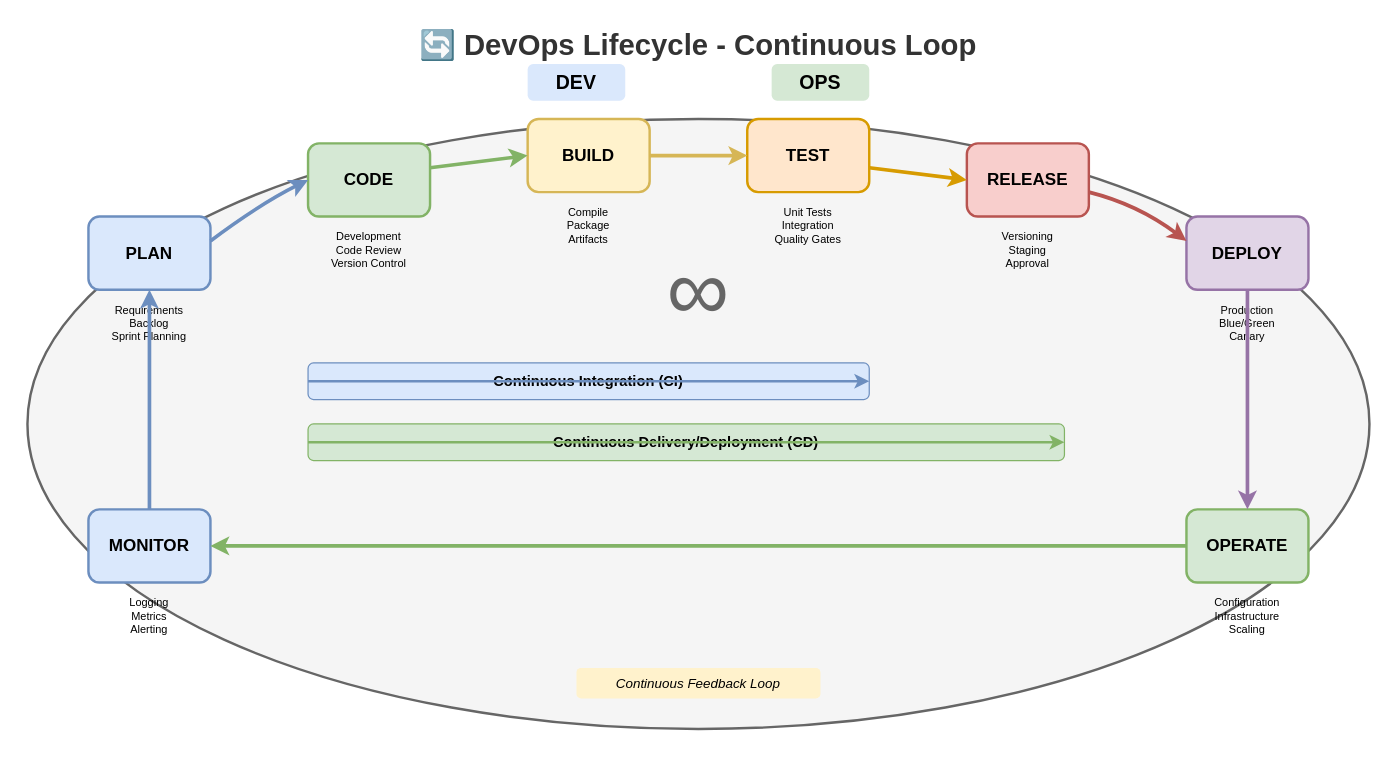
Earlier version of the draw.io diagram lesson-05-devops-platform-engineering/01-devops-fundamentals/1.1-devops-lifecycle.drawio (MrParkerZ7/document-lesson-software-architect-x-claude). Source tidied: cells renumbered, new cells numbered last; positions are measured from the earlier drawing's top-left corner, leaving out a move shared by most shapes. Both pictures are drawn from the tidied source at 122%, with x=0, y=0 at pixel (27, 21).
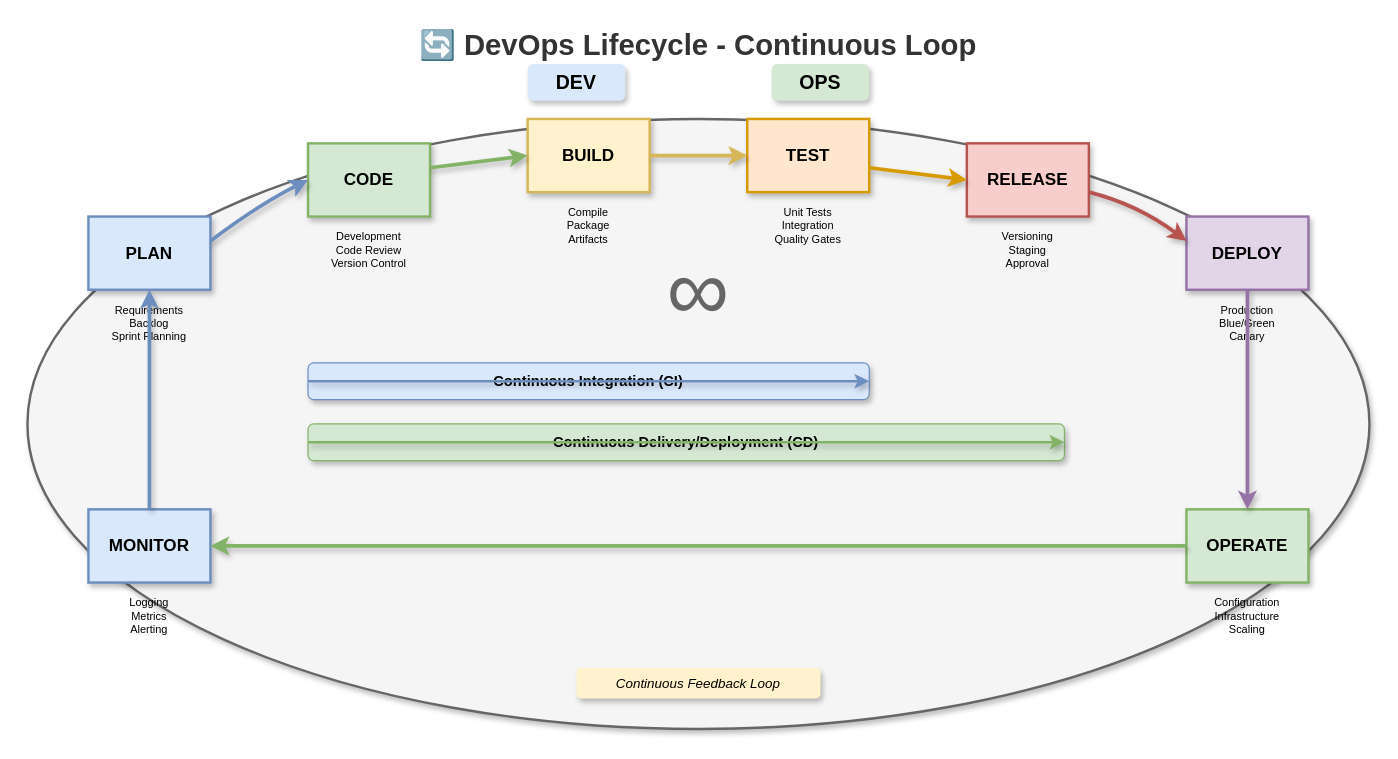
Above is the later version.

What changed in the source:
```diff
@@
-    <mxCell id="3" style="ellipse;whiteSpace=wrap;html=1;fillColor=#f5f5f5;strokeColor=#666666;strokeWidth=2;" parent="1" vertex="1">
+    <mxCell id="3" style="ellipse;whiteSpace=wrap;html=1;fillColor=#f5f5f5;strokeColor=#666666;strokeWidth=2;shadow=1;" parent="1" vertex="1">
       <mxGeometry y="80" width="1100" height="500" as="geometry" />
     </mxCell>
-    <mxCell id="4" value="PLAN" style="rounded=1;whiteSpace=wrap;html=1;fillColor=#dae8fc;strokeColor=#6c8ebf;strokeWidth=2;fontSize=14;fontStyle=1;" parent="1" vertex="1">
+    <mxCell id="4" value="PLAN" style="rounded=0;whiteSpace=wrap;html=1;fillColor=#dae8fc;strokeColor=#6c8ebf;strokeWidth=2;fontSize=14;fontStyle=1;shadow=1;" parent="1" vertex="1">
       <mxGeometry x="50" y="160" width="100" height="60" as="geometry" />
     </mxCell>
@@
-    <mxCell id="6" value="CODE" style="rounded=1;whiteSpace=wrap;html=1;fillColor=#d5e8d4;strokeColor=#82b366;strokeWidth=2;fontSize=14;fontStyle=1;" parent="1" vertex="1">
+    <mxCell id="6" value="CODE" style="rounded=0;whiteSpace=wrap;html=1;fillColor=#d5e8d4;strokeColor=#82b366;strokeWidth=2;fontSize=14;fontStyle=1;shadow=1;" parent="1" vertex="1">
       <mxGeometry x="230" y="100" width="100" height="60" as="geometry" />
     </mxCell>
@@
-    <mxCell id="8" value="BUILD" style="rounded=1;whiteSpace=wrap;html=1;fillColor=#fff2cc;strokeColor=#d6b656;strokeWidth=2;fontSize=14;fontStyle=1;" parent="1" vertex="1">
+    <mxCell id="8" value="BUILD" style="rounded=0;whiteSpace=wrap;html=1;fillColor=#fff2cc;strokeColor=#d6b656;strokeWidth=2;fontSize=14;fontStyle=1;shadow=1;" parent="1" vertex="1">
       <mxGeometry x="410" y="80" width="100" height="60" as="geometry" />
     </mxCell>
@@
-    <mxCell id="10" value="TEST" style="rounded=1;whiteSpace=wrap;html=1;fillColor=#ffe6cc;strokeColor=#d79b00;strokeWidth=2;fontSize=14;fontStyle=1;" parent="1" vertex="1">
+    <mxCell id="10" value="TEST" style="rounded=0;whiteSpace=wrap;html=1;fillColor=#ffe6cc;strokeColor=#d79b00;strokeWidth=2;fontSize=14;fontStyle=1;shadow=1;" parent="1" vertex="1">
       <mxGeometry x="590" y="80" width="100" height="60" as="geometry" />
     </mxCell>
@@
-    <mxCell id="12" value="RELEASE" style="rounded=1;whiteSpace=wrap;html=1;fillColor=#f8cecc;strokeColor=#b85450;strokeWidth=2;fontSize=14;fontStyle=1;" parent="1" vertex="1">
+    <mxCell id="12" value="RELEASE" style="rounded=0;whiteSpace=wrap;html=1;fillColor=#f8cecc;strokeColor=#b85450;strokeWidth=2;fontSize=14;fontStyle=1;shadow=1;" parent="1" vertex="1">
       <mxGeometry x="770" y="100" width="100" height="60" as="geometry" />
     </mxCell>
@@
-    <mxCell id="14" value="DEPLOY" style="rounded=1;whiteSpace=wrap;html=1;fillColor=#e1d5e7;strokeColor=#9673a6;strokeWidth=2;fontSize=14;fontStyle=1;" parent="1" vertex="1">
+    <mxCell id="14" value="DEPLOY" style="rounded=0;whiteSpace=wrap;html=1;fillColor=#e1d5e7;strokeColor=#9673a6;strokeWidth=2;fontSize=14;fontStyle=1;shadow=1;" parent="1" vertex="1">
       <mxGeometry x="950" y="160" width="100" height="60" as="geometry" />
     </mxCell>
@@
-    <mxCell id="16" value="OPERATE" style="rounded=1;whiteSpace=wrap;html=1;fillColor=#d5e8d4;strokeColor=#82b366;strokeWidth=2;fontSize=14;fontStyle=1;" parent="1" vertex="1">
+    <mxCell id="16" value="OPERATE" style="rounded=0;whiteSpace=wrap;html=1;fillColor=#d5e8d4;strokeColor=#82b366;strokeWidth=2;fontSize=14;fontStyle=1;shadow=1;" parent="1" vertex="1">
       <mxGeometry x="950" y="400" width="100" height="60" as="geometry" />
     </mxCell>
@@
-    <mxCell id="18" value="MONITOR" style="rounded=1;whiteSpace=wrap;html=1;fillColor=#dae8fc;strokeColor=#6c8ebf;strokeWidth=2;fontSize=14;fontStyle=1;" parent="1" vertex="1">
+    <mxCell id="18" value="MONITOR" style="rounded=0;whiteSpace=wrap;html=1;fillColor=#dae8fc;strokeColor=#6c8ebf;strokeWidth=2;fontSize=14;fontStyle=1;shadow=1;" parent="1" vertex="1">
       <mxGeometry x="50" y="400" width="100" height="60" as="geometry" />
     </mxCell>
@@
-    <mxCell id="20" style="endArrow=classic;html=1;strokeWidth=3;strokeColor=#6c8ebf;curved=1;" parent="1" edge="1">
+    <mxCell id="20" style="endArrow=classic;html=1;strokeWidth=3;strokeColor=#6c8ebf;curved=1;shadow=1;flowAnimation=1;jumpStyle=arc;" parent="1" edge="1">
       <mxGeometry relative="1" as="geometry">
         <mxPoint x="150" y="180" as="sourcePoint" />
         <mxPoint x="230" y="130" as="targetPoint" />
         <Array as="points">
           <mxPoint x="190" y="150" />
         </Array>
       </mxGeometry>
     </mxCell>
-    <mxCell id="21" style="endArrow=classic;html=1;strokeWidth=3;strokeColor=#82b366;curved=1;" parent="1" edge="1">
+    <mxCell id="21" style="endArrow=classic;html=1;strokeWidth=3;strokeColor=#82b366;curved=1;shadow=1;flowAnimation=1;jumpStyle=arc;" parent="1" edge="1">
       <mxGeometry relative="1" as="geometry">
         <mxPoint x="330" y="120" as="sourcePoint" />
         <mxPoint x="410" y="110" as="targetPoint" />
       </mxGeometry>
     </mxCell>
-    <mxCell id="22" style="endArrow=classic;html=1;strokeWidth=3;strokeColor=#d6b656;curved=1;" parent="1" edge="1">
+    <mxCell id="22" style="endArrow=classic;html=1;strokeWidth=3;strokeColor=#d6b656;curved=1;shadow=1;flowAnimation=1;jumpStyle=arc;" parent="1" edge="1">
       <mxGeometry relative="1" as="geometry">
         <mxPoint x="510" y="110" as="sourcePoint" />
         <mxPoint x="590" y="110" as="targetPoint" />
       </mxGeometry>
     </mxCell>
-    <mxCell id="23" style="endArrow=classic;html=1;strokeWidth=3;strokeColor=#d79b00;curved=1;" parent="1" edge="1">
+    <mxCell id="23" style="endArrow=classic;html=1;strokeWidth=3;strokeColor=#d79b00;curved=1;shadow=1;flowAnimation=1;jumpStyle=arc;" parent="1" edge="1">
       <mxGeometry relative="1" as="geometry">
         <mxPoint x="690" y="120" as="sourcePoint" />
         <mxPoint x="770" y="130" as="targetPoint" />
       </mxGeometry>
     </mxCell>
-    <mxCell id="24" style="endArrow=classic;html=1;strokeWidth=3;strokeColor=#b85450;curved=1;" parent="1" edge="1">
+    <mxCell id="24" style="endArrow=classic;html=1;strokeWidth=3;strokeColor=#b85450;curved=1;shadow=1;flowAnimation=1;jumpStyle=arc;" parent="1" edge="1">
       <mxGeometry relative="1" as="geometry">
         <mxPoint x="870" y="140" as="sourcePoint" />
         <mxPoint x="950" y="180" as="targetPoint" />
         <Array as="points">
           <mxPoint x="910" y="150" />
         </Array>
       </mxGeometry>
     </mxCell>
-    <mxCell id="25" style="endArrow=classic;html=1;strokeWidth=3;strokeColor=#9673a6;curved=1;" parent="1" edge="1">
+    <mxCell id="25" style="endArrow=classic;html=1;strokeWidth=3;strokeColor=#9673a6;curved=1;shadow=1;flowAnimation=1;jumpStyle=arc;" parent="1" edge="1">
       <mxGeometry relative="1" as="geometry">
         <mxPoint x="1000" y="220" as="sourcePoint" />
         <mxPoint x="1000" y="400" as="targetPoint" />
       </mxGeometry>
     </mxCell>
-    <mxCell id="26" style="endArrow=classic;html=1;strokeWidth=3;strokeColor=#82b366;curved=1;" parent="1" edge="1">
+    <mxCell id="26" style="endArrow=classic;html=1;strokeWidth=3;strokeColor=#82b366;curved=1;shadow=1;flowAnimation=1;jumpStyle=arc;" parent="1" edge="1">
       <mxGeometry relative="1" as="geometry">
         <mxPoint x="950" y="430" as="sourcePoint" />
         <mxPoint x="150" y="430" as="targetPoint" />
       </mxGeometry>
     </mxCell>
-    <mxCell id="27" style="endArrow=classic;html=1;strokeWidth=3;strokeColor=#6c8ebf;curved=1;" parent="1" edge="1">
+    <mxCell id="27" style="endArrow=classic;html=1;strokeWidth=3;strokeColor=#6c8ebf;curved=1;shadow=1;flowAnimation=1;jumpStyle=arc;" parent="1" edge="1">
       <mxGeometry relative="1" as="geometry">
         <mxPoint x="100" y="400" as="sourcePoint" />
         <mxPoint x="100" y="220" as="targetPoint" />
       </mxGeometry>
     </mxCell>
-    <mxCell id="28" value="Continuous Integration (CI)" style="rounded=1;whiteSpace=wrap;html=1;fillColor=#dae8fc;strokeColor=#6c8ebf;fontSize=12;fontStyle=1;" parent="1" vertex="1">
+    <mxCell id="28" value="Continuous Integration (CI)" style="rounded=1;whiteSpace=wrap;html=1;fillColor=#dae8fc;strokeColor=#6c8ebf;fontSize=12;fontStyle=1;shadow=1;" parent="1" vertex="1">
       <mxGeometry x="230" y="280" width="460" height="30" as="geometry" />
     </mxCell>
-    <mxCell id="29" style="endArrow=classic;html=1;strokeWidth=2;strokeColor=#6c8ebf;" parent="1" edge="1">
+    <mxCell id="29" style="endArrow=classic;html=1;strokeWidth=2;strokeColor=#6c8ebf;curved=1;shadow=1;flowAnimation=1;jumpStyle=arc;" parent="1" edge="1">
       <mxGeometry relative="1" as="geometry">
         <mxPoint x="230" y="295" as="sourcePoint" />
         <mxPoint x="690" y="295" as="targetPoint" />
       </mxGeometry>
     </mxCell>
-    <mxCell id="30" value="Continuous Delivery/Deployment (CD)" style="rounded=1;whiteSpace=wrap;html=1;fillColor=#d5e8d4;strokeColor=#82b366;fontSize=12;fontStyle=1;" parent="1" vertex="1">
+    <mxCell id="30" value="Continuous Delivery/Deployment (CD)" style="rounded=1;whiteSpace=wrap;html=1;fillColor=#d5e8d4;strokeColor=#82b366;fontSize=12;fontStyle=1;shadow=1;" parent="1" vertex="1">
       <mxGeometry x="230" y="330" width="620" height="30" as="geometry" />
     </mxCell>
-    <mxCell id="31" style="endArrow=classic;html=1;strokeWidth=2;strokeColor=#82b366;" parent="1" edge="1">
+    <mxCell id="31" style="endArrow=classic;html=1;strokeWidth=2;strokeColor=#82b366;curved=1;shadow=1;flowAnimation=1;jumpStyle=arc;" parent="1" edge="1">
       <mxGeometry relative="1" as="geometry">
         <mxPoint x="230" y="345" as="sourcePoint" />
         <mxPoint x="850" y="345" as="targetPoint" />
       </mxGeometry>
     </mxCell>
-    <mxCell id="32" value="DEV" style="text;html=1;strokeColor=none;fillColor=#dae8fc;align=center;verticalAlign=middle;whiteSpace=wrap;rounded=1;fontSize=16;fontStyle=1;" parent="1" vertex="1">
+    <mxCell id="32" value="DEV" style="text;html=1;strokeColor=none;fillColor=#dae8fc;align=center;verticalAlign=middle;whiteSpace=wrap;rounded=1;fontSize=16;fontStyle=1;shadow=1;" parent="1" vertex="1">
       <mxGeometry x="410" y="35" width="80" height="30" as="geometry" />
     </mxCell>
-    <mxCell id="33" value="OPS" style="text;html=1;strokeColor=none;fillColor=#d5e8d4;align=center;verticalAlign=middle;whiteSpace=wrap;rounded=1;fontSize=16;fontStyle=1;" parent="1" vertex="1">
+    <mxCell id="33" value="OPS" style="text;html=1;strokeColor=none;fillColor=#d5e8d4;align=center;verticalAlign=middle;whiteSpace=wrap;rounded=1;fontSize=16;fontStyle=1;shadow=1;" parent="1" vertex="1">
       <mxGeometry x="610" y="35" width="80" height="30" as="geometry" />
     </mxCell>
@@
-    <mxCell id="35" value="Continuous Feedback Loop" style="text;html=1;strokeColor=none;fillColor=#fff2cc;align=center;verticalAlign=middle;whiteSpace=wrap;rounded=1;fontSize=11;fontStyle=2;" parent="1" vertex="1">
+    <mxCell id="35" value="Continuous Feedback Loop" style="text;html=1;strokeColor=none;fillColor=#fff2cc;align=center;verticalAlign=middle;whiteSpace=wrap;rounded=1;fontSize=11;fontStyle=2;shadow=1;" parent="1" vertex="1">
       <mxGeometry x="450" y="530" width="200" height="25" as="geometry" />
     </mxCell>
```
